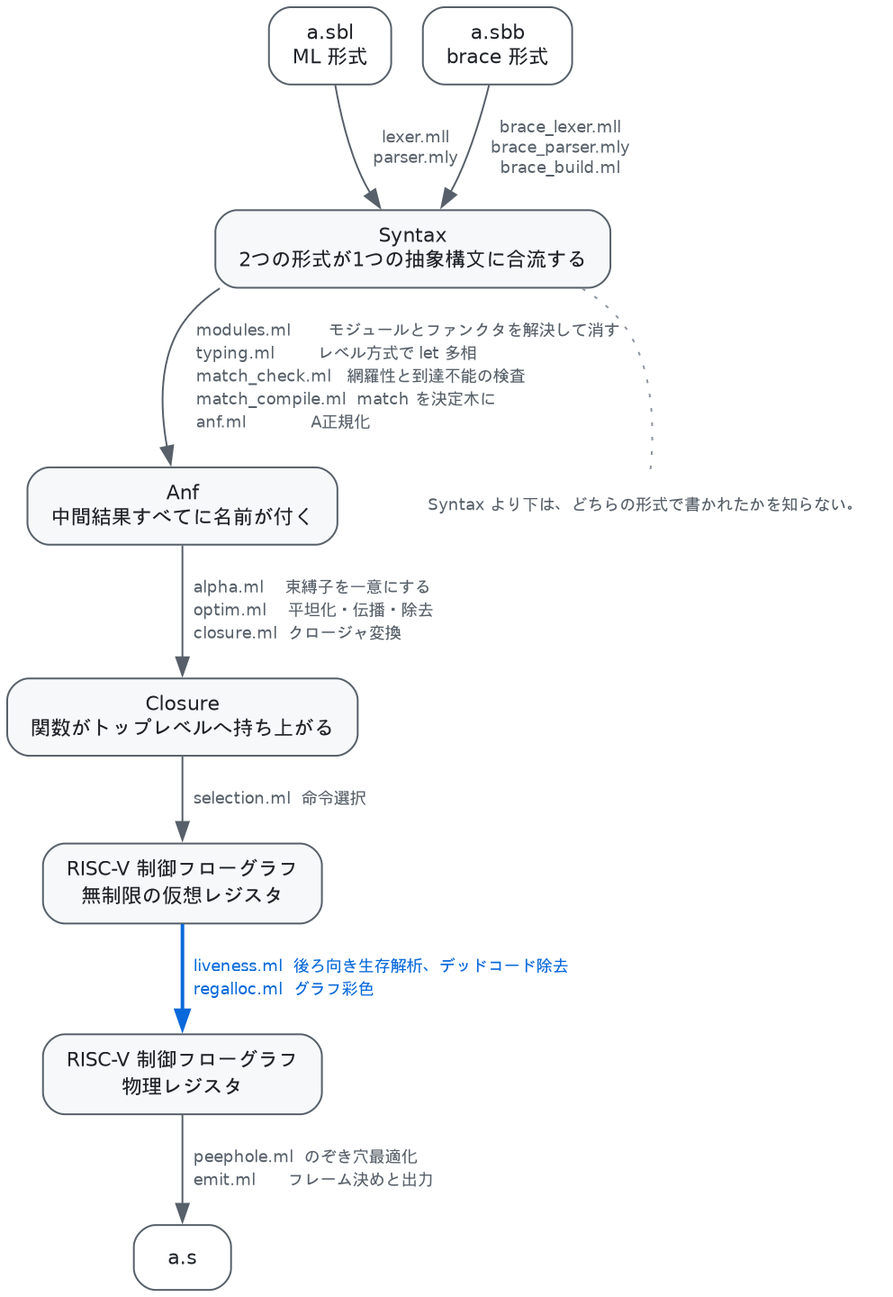
Earlier version of the Graphviz export Sable/compiler/doc/figures/pipeline.png (aita/CompLab). Its source is kept beside it as Sable/compiler/doc/figures/pipeline.dot.
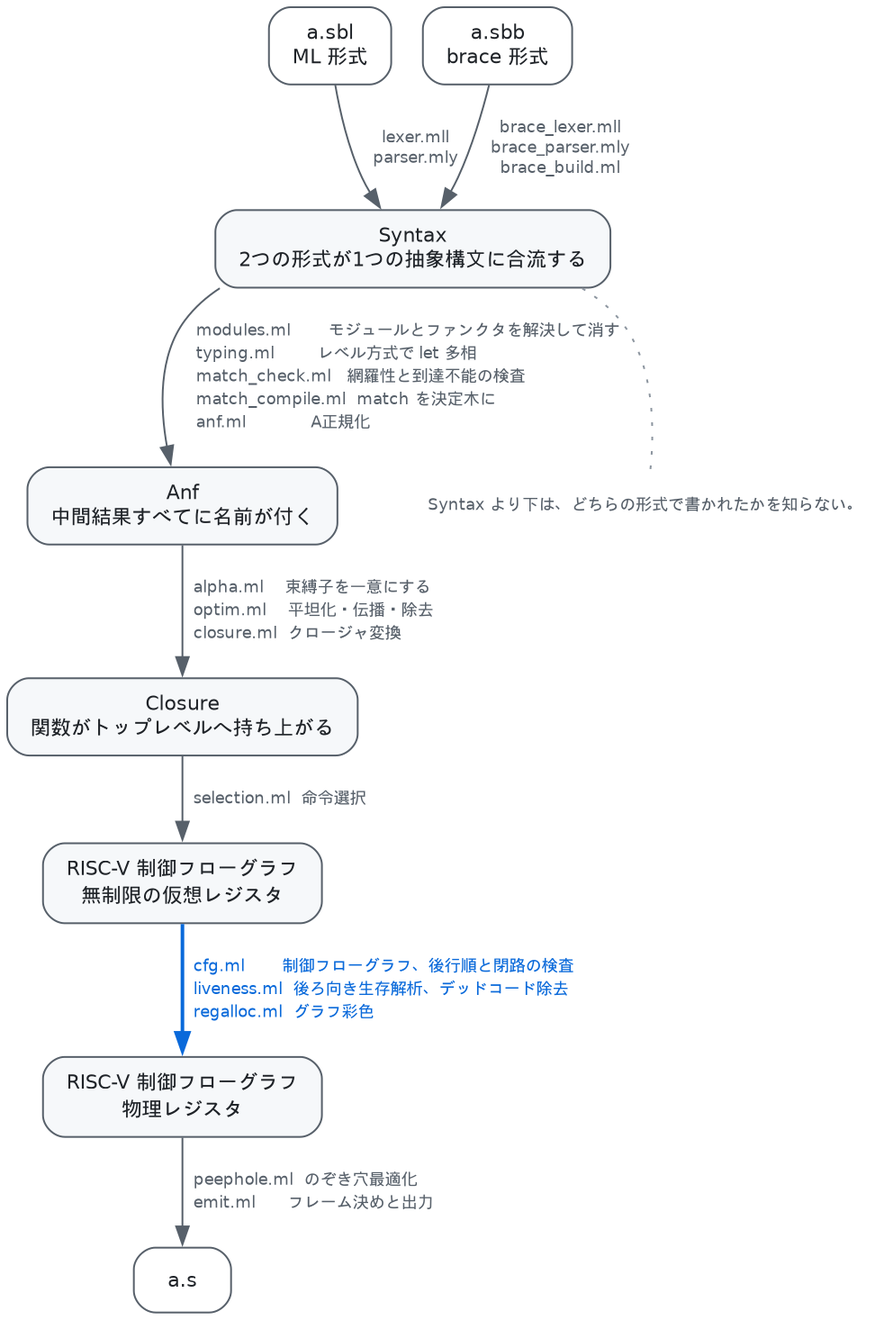
After the change.

Diff of the diagram source:
```diff
@@ -33,7 +33,8 @@
 
   closure -> virtual [label = "  selection.ml  命令選択"];
 
-  virtual -> machine [label = "  liveness.ml  後ろ向き生存解析、デッドコード除去\l  \
+  virtual -> machine [label = "  cfg.ml       制御フローグラフ、後行順と閉路の検査\l  \
+liveness.ml  後ろ向き生存解析、デッドコード除去\l  \
 regalloc.ml  グラフ彩色\l", color = "#0969da", fontcolor = "#0969da",
                       penwidth = 2];
 
```
